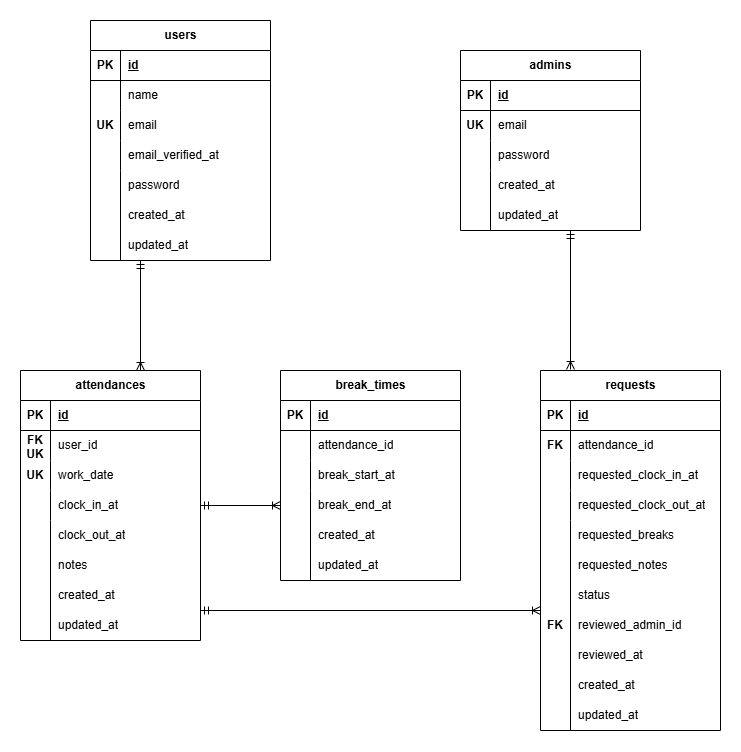
The draw.io diagram docs/erd/coachtech-attendance.drawio.png in koshikawa-minori/coachtech-attendance, before a commit. Source tidied: cells renumbered, new cells last; positions are measured from the earlier drawing's top-left corner, leaving out a move shared by most shapes.
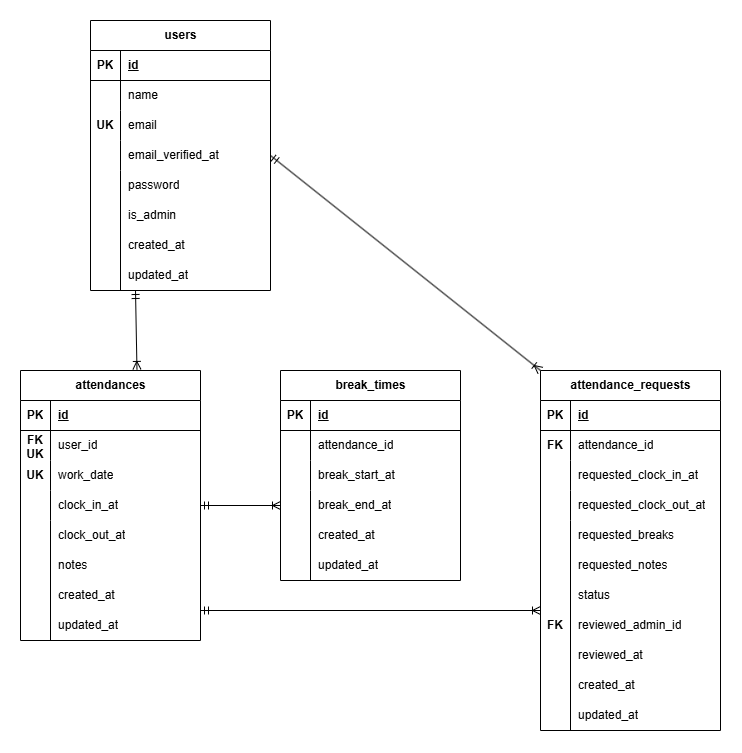
The same file after the commit.

What changed in the source:
```diff
@@ -42,7 +42,7 @@
       <mxGeometry x="30" width="150" height="30" as="geometry" />
     </mxCell>
     <mxCell id="15" value="&lt;span style=&quot;text-wrap-mode: wrap;&quot;&gt;users&lt;/span&gt;" style="shape=table;startSize=30;rowLines=0;fontStyle=1;align=center;html=1;" parent="1" vertex="1">
-      <mxGeometry x="70" width="180" height="240" as="geometry" />
+      <mxGeometry x="70" width="180" height="270" as="geometry" />
     </mxCell>
     <mxCell id="16" style="shape=tableRow;horizontal=0;startSize=0;swimlaneHead=0;swimlaneBody=0;fillColor=none;top=0;left=0;right=0;bottom=1;" parent="15" vertex="1">
       <mxGeometry y="30" width="180" height="30" as="geometry" />
@@ -83,63 +83,15 @@
     <mxCell id="28" style="endArrow=none;html=1;rounded=0;" parent="15" edge="1">
       <mxGeometry relative="1" as="geometry">
         <mxPoint x="30" y="150" as="sourcePoint" />
-        <mxPoint x="30" y="240" as="targetPoint" />
+        <mxPoint x="30" y="270" as="targetPoint" />
       </mxGeometry>
     </mxCell>
-    <mxCell id="29" value="&lt;span style=&quot;text-wrap-mode: wrap;&quot;&gt;admins&lt;/span&gt;" style="shape=table;startSize=30;rowLines=0;fontStyle=1;align=center;html=1;" parent="1" vertex="1">
-      <mxGeometry x="440" y="30" width="180" height="180" as="geometry" />
-    </mxCell>
-    <mxCell id="30" style="shape=tableRow;horizontal=0;startSize=0;swimlaneHead=0;swimlaneBody=0;fillColor=none;top=0;left=0;right=0;bottom=1;" parent="29" vertex="1">
-      <mxGeometry y="30" width="180" height="30" as="geometry" />
-    </mxCell>
-    <mxCell id="31" value="PK" style="shape=partialRectangle;fillColor=none;top=0;left=0;bottom=0;right=0;fontStyle=1;overflow=hidden;whiteSpace=wrap;html=1;" parent="30" vertex="1">
-      <mxGeometry width="30" height="30" as="geometry" />
-    </mxCell>
-    <mxCell id="32" value="id" style="shape=partialRectangle;fillColor=none;top=0;left=0;bottom=0;right=0;align=left;spacingLeft=6;fontStyle=5;overflow=hidden;whiteSpace=wrap;html=1;" parent="30" vertex="1">
-      <mxGeometry x="30" width="150" height="30" as="geometry" />
-    </mxCell>
-    <mxCell id="33" style="shape=tableRow;horizontal=0;startSize=0;swimlaneHead=0;swimlaneBody=0;fillColor=none;top=0;left=0;right=0;bottom=0;" parent="29" vertex="1">
-      <mxGeometry y="60" width="180" height="30" as="geometry" />
-    </mxCell>
-    <mxCell id="34" value="&lt;b&gt;UK&lt;/b&gt;" style="shape=partialRectangle;fillColor=none;top=0;left=0;bottom=0;right=0;overflow=hidden;whiteSpace=wrap;html=1;" parent="33" vertex="1">
-      <mxGeometry width="30" height="30" as="geometry" />
-    </mxCell>
-    <mxCell id="35" value="email" style="shape=partialRectangle;fillColor=none;top=0;left=0;bottom=0;right=0;align=left;spacingLeft=6;overflow=hidden;whiteSpace=wrap;html=1;" parent="33" vertex="1">
-      <mxGeometry x="30" width="150" height="30" as="geometry" />
-    </mxCell>
-    <mxCell id="36" style="shape=tableRow;horizontal=0;startSize=0;swimlaneHead=0;swimlaneBody=0;fillColor=none;top=0;left=0;right=0;bottom=0;" parent="29" vertex="1">
-      <mxGeometry y="90" width="180" height="30" as="geometry" />
-    </mxCell>
-    <mxCell id="37" style="shape=partialRectangle;fillColor=none;top=0;left=0;bottom=0;right=0;overflow=hidden;whiteSpace=wrap;html=1;" parent="36" vertex="1">
-      <mxGeometry width="30" height="30" as="geometry" />
-    </mxCell>
-    <mxCell id="38" value="password" style="shape=partialRectangle;fillColor=none;top=0;left=0;bottom=0;right=0;align=left;spacingLeft=6;overflow=hidden;whiteSpace=wrap;html=1;" parent="36" vertex="1">
-      <mxGeometry x="30" width="150" height="30" as="geometry" />
-    </mxCell>
-    <mxCell id="39" style="shape=tableRow;horizontal=0;startSize=0;swimlaneHead=0;swimlaneBody=0;fillColor=none;top=0;left=0;right=0;bottom=0;" parent="29" vertex="1">
-      <mxGeometry y="120" width="180" height="30" as="geometry" />
-    </mxCell>
-    <mxCell id="40" style="shape=partialRectangle;fillColor=none;top=0;left=0;bottom=0;right=0;overflow=hidden;whiteSpace=wrap;html=1;" parent="39" vertex="1">
-      <mxGeometry width="30" height="30" as="geometry" />
-    </mxCell>
-    <mxCell id="41" value="created_at" style="shape=partialRectangle;fillColor=none;top=0;left=0;bottom=0;right=0;align=left;spacingLeft=6;overflow=hidden;whiteSpace=wrap;html=1;" parent="39" vertex="1">
-      <mxGeometry x="30" width="150" height="30" as="geometry" />
-    </mxCell>
-    <mxCell id="42" value="created_at" style="shape=partialRectangle;fillColor=none;top=0;left=0;bottom=0;right=0;align=left;spacingLeft=6;overflow=hidden;whiteSpace=wrap;html=1;" parent="1" vertex="1">
+    <mxCell id="42" value="is_admin" style="shape=partialRectangle;fillColor=none;top=0;left=0;bottom=0;right=0;align=left;spacingLeft=6;overflow=hidden;whiteSpace=wrap;html=1;" parent="1" vertex="1">
       <mxGeometry x="100" y="180" width="150" height="30" as="geometry" />
     </mxCell>
-    <mxCell id="43" value="updated_at" style="shape=partialRectangle;fillColor=none;top=0;left=0;bottom=0;right=0;align=left;spacingLeft=6;overflow=hidden;whiteSpace=wrap;html=1;" parent="1" vertex="1">
+    <mxCell id="43" value="created_at" style="shape=partialRectangle;fillColor=none;top=0;left=0;bottom=0;right=0;align=left;spacingLeft=6;overflow=hidden;whiteSpace=wrap;html=1;" parent="1" vertex="1">
       <mxGeometry x="100" y="210" width="150" height="30" as="geometry" />
     </mxCell>
-    <mxCell id="44" value="updated_at" style="shape=partialRectangle;fillColor=none;top=0;left=0;bottom=0;right=0;align=left;spacingLeft=6;overflow=hidden;whiteSpace=wrap;html=1;" parent="1" vertex="1">
-      <mxGeometry x="470" y="180" width="150" height="30" as="geometry" />
-    </mxCell>
-    <mxCell id="45" style="endArrow=none;html=1;rounded=0;" parent="1" edge="1">
-      <mxGeometry relative="1" as="geometry">
-        <mxPoint x="470" y="210" as="sourcePoint" />
-        <mxPoint x="470" y="178" as="targetPoint" />
-      </mxGeometry>
-    </mxCell>
     <mxCell id="46" value="clock_out_at" style="shape=partialRectangle;fillColor=none;top=0;left=0;bottom=0;right=0;align=left;spacingLeft=6;overflow=hidden;whiteSpace=wrap;html=1;" parent="1" vertex="1">
       <mxGeometry x="30" y="500" width="150" height="30" as="geometry" />
     </mxCell>
@@ -212,7 +164,7 @@
         <mxPoint x="290" y="498" as="targetPoint" />
       </mxGeometry>
     </mxCell>
-    <mxCell id="68" value="requests" style="shape=table;startSize=30;rowLines=0;fontStyle=1;align=center;html=1;" parent="1" vertex="1">
+    <mxCell id="68" value="attendance_requests" style="shape=table;startSize=30;rowLines=0;fontStyle=1;align=center;html=1;" parent="1" vertex="1">
       <mxGeometry x="520" y="350" width="180" height="360" as="geometry" />
     </mxCell>
     <mxCell id="69" style="shape=tableRow;horizontal=0;startSize=0;swimlaneHead=0;swimlaneBody=0;fillColor=none;top=0;left=0;right=0;bottom=1;" parent="68" vertex="1">
@@ -281,11 +233,8 @@
     <mxCell id="89" value="updated_at" style="shape=partialRectangle;fillColor=none;top=0;left=0;bottom=0;right=0;align=left;spacingLeft=6;overflow=hidden;whiteSpace=wrap;html=1;" parent="1" vertex="1">
       <mxGeometry x="550" y="680" width="150" height="30" as="geometry" />
     </mxCell>
-    <mxCell id="90" style="fontSize=12;html=1;endArrow=ERoneToMany;startArrow=ERmandOne;rounded=0;" parent="1" edge="1">
-      <mxGeometry relative="1" as="geometry">
-        <mxPoint x="120" y="240" as="sourcePoint" />
-        <mxPoint x="120" y="350" as="targetPoint" />
-      </mxGeometry>
+    <mxCell id="90" style="fontSize=12;html=1;endArrow=ERoneToMany;startArrow=ERmandOne;rounded=0;exitX=0.25;exitY=1;exitDx=0;exitDy=0;entryX=0.647;entryY=-0.004;entryDx=0;entryDy=0;entryPerimeter=0;" parent="1" edge="1" source="15" target="2">
+      <mxGeometry relative="1" as="geometry" />
     </mxCell>
     <mxCell id="91" style="fontSize=12;html=1;endArrow=ERoneToMany;startArrow=ERmandOne;rounded=0;" parent="1" edge="1">
       <mxGeometry relative="1" as="geometry">
@@ -293,11 +242,8 @@
         <mxPoint x="520" y="590" as="targetPoint" />
       </mxGeometry>
     </mxCell>
-    <mxCell id="92" style="fontSize=12;html=1;endArrow=ERoneToMany;startArrow=ERmandOne;rounded=0;" parent="1" edge="1">
-      <mxGeometry relative="1" as="geometry">
-        <mxPoint x="550" y="210" as="sourcePoint" />
-        <mxPoint x="550" y="349" as="targetPoint" />
-      </mxGeometry>
+    <mxCell id="92" style="fontSize=12;html=1;endArrow=ERoneToMany;startArrow=ERmandOne;rounded=0;exitX=1;exitY=0.5;exitDx=0;exitDy=0;entryX=0;entryY=0;entryDx=0;entryDy=0;" parent="1" edge="1" source="25" target="68">
+      <mxGeometry relative="1" as="geometry" />
     </mxCell>
     <mxCell id="93" style="fontSize=12;html=1;endArrow=ERoneToMany;startArrow=ERmandOne;rounded=0;exitX=1;exitY=0.5;exitDx=0;exitDy=0;" parent="1" edge="1" source="12">
       <mxGeometry relative="1" as="geometry">
@@ -307,5 +253,8 @@
     <mxCell id="94" value="password" style="shape=partialRectangle;fillColor=none;top=0;left=0;bottom=0;right=0;align=left;spacingLeft=6;overflow=hidden;whiteSpace=wrap;html=1;" parent="1" vertex="1">
       <mxGeometry x="100" y="150" width="150" height="30" as="geometry" />
     </mxCell>
+    <mxCell id="44" value="updated_at" style="shape=partialRectangle;fillColor=none;top=0;left=0;bottom=0;right=0;align=left;spacingLeft=6;overflow=hidden;whiteSpace=wrap;html=1;" parent="1" vertex="1">
+      <mxGeometry x="100" y="240" width="150" height="30" as="geometry" />
+    </mxCell>
   </root>
 </mxGraphModel>
```
